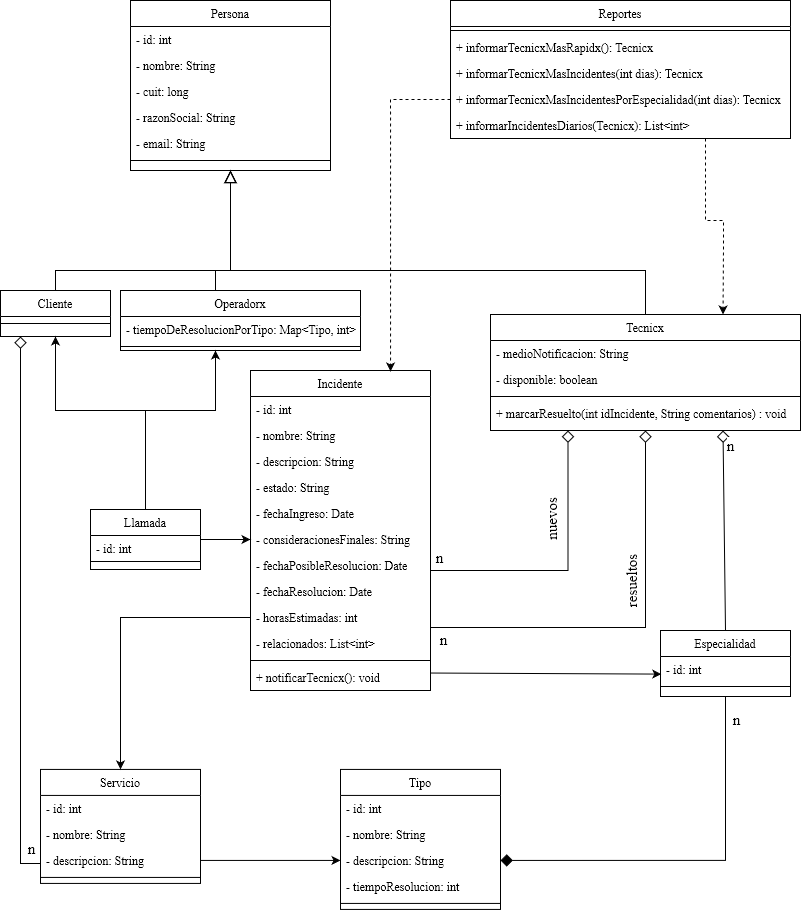
Before: modelo/TP-integrador.drawio.png, a diagram exported from draw.io (JulyAnAr88/JAVArgProg-TpIntegrador). Source tidied: cells renumbered, new cells last; positions are measured from the earlier drawing's top-left corner, leaving out a move shared by most shapes.
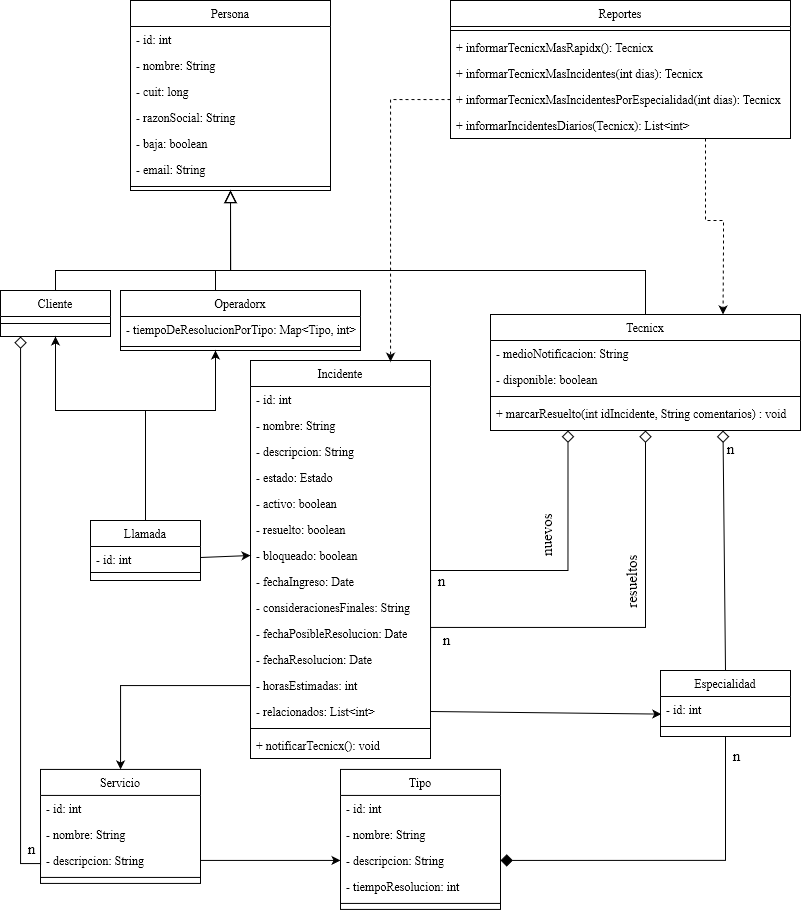
The same file after the commit.

What changed in the source:
```diff
@@ -46,7 +46,7 @@
       </mxGeometry>
     </mxCell>
     <mxCell id="11" value="Especialidad" style="swimlane;fontStyle=0;align=center;verticalAlign=top;horizontal=1;startSize=26;rounded=0;shadow=0;strokeWidth=1;" parent="1" vertex="1">
-      <mxGeometry x="660" y="630" width="130" height="66" as="geometry" />
+      <mxGeometry x="660" y="670" width="130" height="66" as="geometry" />
     </mxCell>
     <mxCell id="12" value="- id: int" style="text;align=left;verticalAlign=top;spacingLeft=4;spacingRight=4;overflow=hidden;points=[[0,0.5],[1,0.5]];portConstraint=eastwest;" parent="11" vertex="1">
       <mxGeometry y="26" width="130" height="26" as="geometry" />
@@ -69,7 +69,7 @@
     </mxCell>
     <mxCell id="16" value="&lt;font style=&quot;font-size: 15px;&quot;&gt;n&lt;/font&gt;" style="edgeLabel;html=1;align=center;verticalAlign=middle;" parent="14" vertex="1">
       <mxGeometry x="-0.91" y="-5" relative="1" as="geometry">
-        <mxPoint y="-19" as="offset" />
+        <mxPoint x="5" y="-37" as="offset" />
       </mxGeometry>
     </mxCell>
     <mxCell id="17" style="edgeStyle=orthogonalEdgeStyle;rounded=0;jettySize=auto;html=1;entryX=0.5;entryY=1;entryDx=0;entryDy=0;exitX=1;exitY=0.5;exitDx=0;exitDy=0;endArrow=diamond;endFill=0;endSize=10;" parent="1" edge="1" source="28" target="38">
@@ -90,7 +90,7 @@
       </mxGeometry>
     </mxCell>
     <mxCell id="20" value="Incidente" style="swimlane;fontStyle=0;align=center;verticalAlign=top;horizontal=1;startSize=26;rounded=0;shadow=0;strokeWidth=1;" parent="1" vertex="1">
-      <mxGeometry x="250" y="370" width="180" height="320" as="geometry" />
+      <mxGeometry x="250" y="360" width="180" height="398" as="geometry" />
     </mxCell>
     <mxCell id="21" value="- id: int" style="text;align=left;verticalAlign=top;spacingLeft=4;spacingRight=4;overflow=hidden;" parent="20" vertex="1">
       <mxGeometry y="26" width="180" height="26" as="geometry" />
@@ -101,32 +101,41 @@
     <mxCell id="23" value="- descripcion: String" style="text;align=left;verticalAlign=top;spacingLeft=4;spacingRight=4;overflow=hidden;" parent="20" vertex="1">
       <mxGeometry y="78" width="180" height="26" as="geometry" />
     </mxCell>
-    <mxCell id="24" value="- estado: String" style="text;align=left;verticalAlign=top;spacingLeft=4;spacingRight=4;overflow=hidden;" parent="20" vertex="1">
+    <mxCell id="24" value="- estado: Estado" style="text;align=left;verticalAlign=top;spacingLeft=4;spacingRight=4;overflow=hidden;" parent="20" vertex="1">
       <mxGeometry y="104" width="180" height="26" as="geometry" />
     </mxCell>
+    <mxCell id="78" value="- activo: boolean" style="text;align=left;verticalAlign=top;spacingLeft=4;spacingRight=4;overflow=hidden;" parent="20" vertex="1">
+      <mxGeometry y="130" width="180" height="26" as="geometry" />
+    </mxCell>
+    <mxCell id="79" value="- resuelto: boolean" style="text;align=left;verticalAlign=top;spacingLeft=4;spacingRight=4;overflow=hidden;" parent="20" vertex="1">
+      <mxGeometry y="156" width="180" height="26" as="geometry" />
+    </mxCell>
+    <mxCell id="80" value="- bloqueado: boolean" style="text;align=left;verticalAlign=top;spacingLeft=4;spacingRight=4;overflow=hidden;points=[[0,0.5],[1,0.5]];portConstraint=eastwest;" parent="20" vertex="1">
+      <mxGeometry y="182" width="180" height="26" as="geometry" />
+    </mxCell>
     <mxCell id="25" value="- fechaIngreso: Date" style="text;align=left;verticalAlign=top;spacingLeft=4;spacingRight=4;overflow=hidden;" parent="20" vertex="1">
-      <mxGeometry y="130" width="180" height="26" as="geometry" />
+      <mxGeometry y="208" width="180" height="26" as="geometry" />
     </mxCell>
     <mxCell id="26" value="- consideracionesFinales: String" style="text;align=left;verticalAlign=top;spacingLeft=4;spacingRight=4;overflow=hidden;points=[[0,0.5],[1,0.5]];portConstraint=eastwest;" parent="20" vertex="1">
-      <mxGeometry y="156" width="180" height="26" as="geometry" />
+      <mxGeometry y="234" width="180" height="26" as="geometry" />
     </mxCell>
     <mxCell id="27" value="- fechaPosibleResolucion: Date" style="text;align=left;verticalAlign=top;spacingLeft=4;spacingRight=4;overflow=hidden;points=[[0,0.5],[1,0.5]];portConstraint=eastwest;" parent="20" vertex="1">
-      <mxGeometry y="182" width="180" height="26" as="geometry" />
+      <mxGeometry y="260" width="180" height="26" as="geometry" />
     </mxCell>
     <mxCell id="28" value="- fechaResolucion: Date" style="text;align=left;verticalAlign=top;spacingLeft=4;spacingRight=4;overflow=hidden;points=[[0,0.5],[1,0.5]];portConstraint=eastwest;" parent="20" vertex="1">
-      <mxGeometry y="208" width="180" height="26" as="geometry" />
+      <mxGeometry y="286" width="180" height="26" as="geometry" />
     </mxCell>
     <mxCell id="29" value="- horasEstimadas: int" style="text;align=left;verticalAlign=top;spacingLeft=4;spacingRight=4;overflow=hidden;points=[[0,0.5],[1,0.5]];portConstraint=eastwest;" parent="20" vertex="1">
-      <mxGeometry y="234" width="180" height="26" as="geometry" />
+      <mxGeometry y="312" width="180" height="26" as="geometry" />
     </mxCell>
     <mxCell id="30" value="- relacionados: List&lt;int&gt;" style="text;align=left;verticalAlign=top;spacingLeft=4;spacingRight=4;overflow=hidden;points=[[0,0.5],[1,0.5]];portConstraint=eastwest;" parent="20" vertex="1">
-      <mxGeometry y="260" width="180" height="26" as="geometry" />
+      <mxGeometry y="338" width="180" height="26" as="geometry" />
     </mxCell>
     <mxCell id="31" style="line;html=1;strokeWidth=1;align=left;verticalAlign=middle;spacingTop=-1;spacingLeft=3;spacingRight=3;labelPosition=right;" parent="20" vertex="1">
-      <mxGeometry y="286" width="180" height="8" as="geometry" />
+      <mxGeometry y="364" width="180" height="8" as="geometry" />
     </mxCell>
     <mxCell id="32" value="+ notificarTecnicx(): void" style="text;align=left;verticalAlign=top;spacingLeft=4;spacingRight=4;overflow=hidden;points=[[0,0.5],[1,0.5]];portConstraint=eastwest;" parent="20" vertex="1">
-      <mxGeometry y="294" width="180" height="26" as="geometry" />
+      <mxGeometry y="372" width="180" height="26" as="geometry" />
     </mxCell>
     <mxCell id="33" style="edgeStyle=orthogonalEdgeStyle;rounded=0;jettySize=auto;html=1;" parent="1" edge="1" source="34">
       <mxGeometry relative="1" as="geometry">
@@ -138,7 +147,7 @@
       </mxGeometry>
     </mxCell>
     <mxCell id="34" value="Llamada" style="swimlane;fontStyle=0;align=center;verticalAlign=top;horizontal=1;startSize=26;rounded=0;shadow=0;strokeWidth=1;" parent="1" vertex="1">
-      <mxGeometry x="90" y="509" width="110" height="60" as="geometry" />
+      <mxGeometry x="90" y="520" width="110" height="60" as="geometry" />
     </mxCell>
     <mxCell id="35" value="- id: int" style="text;align=left;verticalAlign=top;spacingLeft=4;spacingRight=4;overflow=hidden;points=[[0,0.5],[1,0.5]];portConstraint=eastwest;rounded=0;shadow=0;html=0;" parent="34" vertex="1">
       <mxGeometry y="26" width="110" height="22" as="geometry" />
@@ -170,7 +179,7 @@
       <mxGeometry y="86" width="310" height="26" as="geometry" />
     </mxCell>
     <mxCell id="43" value="Persona" style="swimlane;fontStyle=0;align=center;verticalAlign=top;horizontal=1;startSize=26;rounded=0;shadow=0;strokeWidth=1;" parent="1" vertex="1">
-      <mxGeometry x="130" width="200" height="170" as="geometry" />
+      <mxGeometry x="130" width="200" height="190" as="geometry" />
     </mxCell>
     <mxCell id="44" value="- id: int" style="text;align=left;verticalAlign=top;spacingLeft=4;spacingRight=4;overflow=hidden;rounded=0;shadow=0;html=0;" parent="43" vertex="1">
       <mxGeometry y="26" width="200" height="26" as="geometry" />
@@ -184,11 +193,14 @@
     <mxCell id="47" value="- razonSocial: String" style="text;align=left;verticalAlign=top;spacingLeft=4;spacingRight=4;overflow=hidden;" parent="43" vertex="1">
       <mxGeometry y="104" width="200" height="26" as="geometry" />
     </mxCell>
+    <mxCell id="81" value="- baja: boolean" style="text;align=left;verticalAlign=top;spacingLeft=4;spacingRight=4;overflow=hidden;" parent="43" vertex="1">
+      <mxGeometry y="130" width="200" height="26" as="geometry" />
+    </mxCell>
     <mxCell id="48" value="- email: String" style="text;align=left;verticalAlign=top;spacingLeft=4;spacingRight=4;overflow=hidden;rounded=0;shadow=0;html=0;" parent="43" vertex="1">
-      <mxGeometry y="130" width="200" height="26" as="geometry" />
+      <mxGeometry y="156" width="200" height="26" as="geometry" />
     </mxCell>
     <mxCell id="49" style="line;html=1;strokeWidth=1;align=left;verticalAlign=middle;spacingTop=-1;spacingLeft=3;spacingRight=3;labelPosition=right;" parent="43" vertex="1">
-      <mxGeometry y="156" width="200" height="8" as="geometry" />
+      <mxGeometry y="182" width="200" height="8" as="geometry" />
     </mxCell>
     <mxCell id="50" value="Servicio" style="swimlane;fontStyle=0;align=center;verticalAlign=top;horizontal=1;startSize=26;rounded=0;shadow=0;strokeWidth=1;" parent="1" vertex="1">
       <mxGeometry x="40" y="768.9" width="160" height="114" as="geometry" />
@@ -265,10 +277,10 @@
         </Array>
       </mxGeometry>
     </mxCell>
-    <mxCell id="70" style="rounded=0;jettySize=auto;html=1;entryX=0;entryY=0.5;entryDx=0;entryDy=0;exitX=1;exitY=0.5;exitDx=0;exitDy=0;" parent="1" edge="1" source="34" target="26">
+    <mxCell id="70" style="rounded=0;jettySize=auto;html=1;exitX=1;exitY=0.5;exitDx=0;exitDy=0;entryX=0;entryY=0.5;entryDx=0;entryDy=0;" parent="1" edge="1" source="35" target="80">
       <mxGeometry relative="1" as="geometry" />
     </mxCell>
-    <mxCell id="71" style="rounded=0;jettySize=auto;html=1;entryX=0.006;entryY=0.677;entryDx=0;entryDy=0;exitX=1.001;exitY=0.328;exitDx=0;exitDy=0;exitPerimeter=0;entryPerimeter=0;" parent="1" edge="1" source="32" target="12">
+    <mxCell id="71" style="rounded=0;jettySize=auto;html=1;entryX=0.006;entryY=0.677;entryDx=0;entryDy=0;exitX=1;exitY=0.5;exitDx=0;exitDy=0;entryPerimeter=0;" parent="1" edge="1" source="30" target="12">
       <mxGeometry relative="1" as="geometry" />
     </mxCell>
     <mxCell id="72" style="edgeStyle=orthogonalEdgeStyle;rounded=0;jettySize=auto;html=1;startArrow=none;startFill=0;endArrow=classic;endFill=1;startSize=10;endSize=6;" parent="1" edge="1" source="29" target="50">
```
